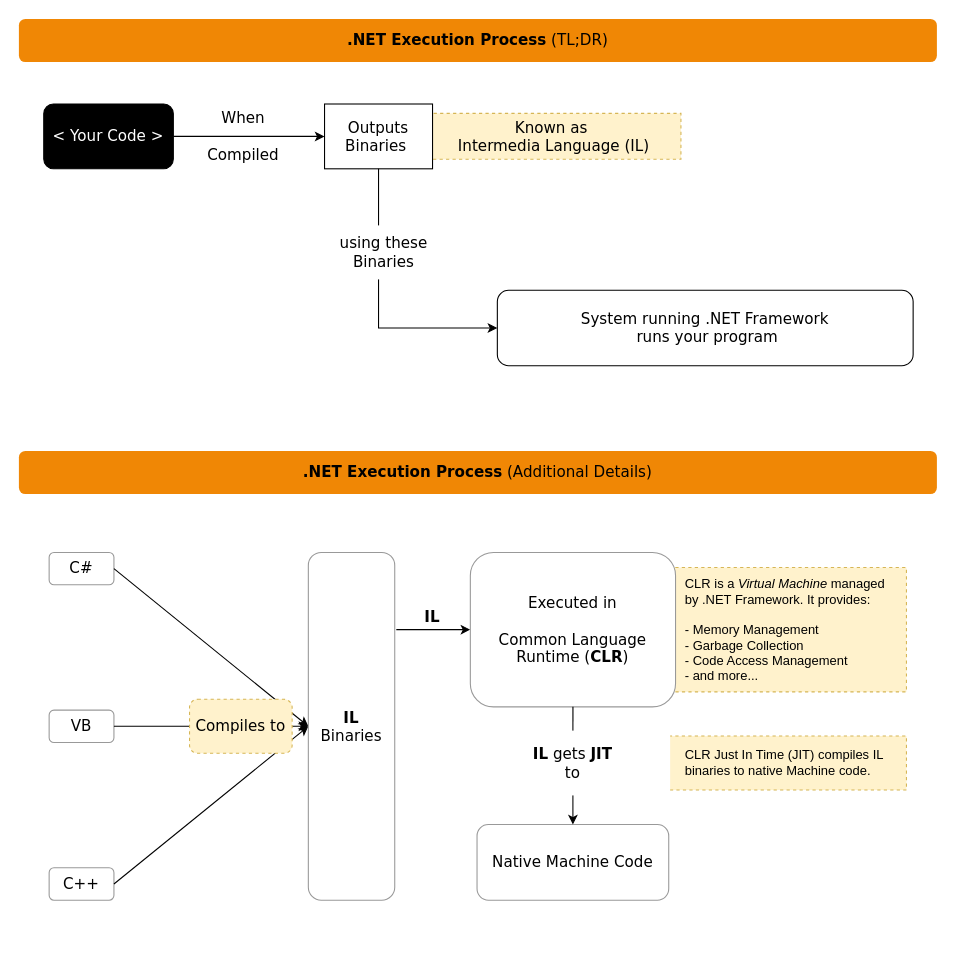
This is diagrams/dotnet-diagrams.drawio from shahzadhuq/fundamentals-dotnet-execution-and-hosting, a draw.io file, before an edit. Source tidied: cells renumbered, new cells numbered last; positions are measured from the earlier drawing's top-left corner, leaving out a move shared by most shapes. Both pictures are drawn from the tidied source at 108%, with x=0, y=0 at pixel (18, 18).
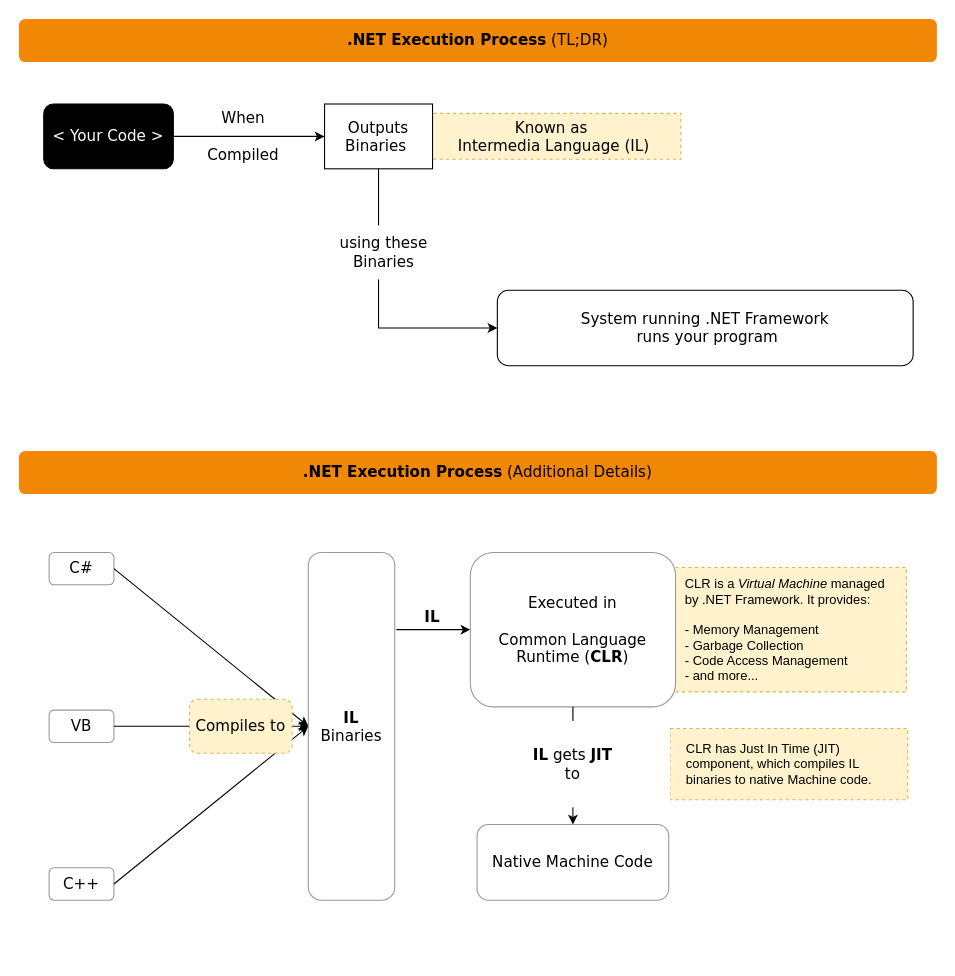
The same diagram, later.

Commit message (it also covers changes not shown here):
v1-dotNet execution flow updated.

What changed in the source:
```diff
@@
-    <mxCell id="30" value="CLR Just In Time (JIT) compiles IL binaries to native Machine code." style="text;html=1;strokeColor=#d6b656;fillColor=#fff2cc;align=left;verticalAlign=middle;whiteSpace=wrap;rounded=0;spacing=15;dashed=1;" parent="1" vertex="1">
-      <mxGeometry x="601.8" y="664" width="220" height="50" as="geometry" />
+    <mxCell id="30" value="CLR has Just In Time (JIT) component, which compiles IL binaries to native Machine code." style="text;html=1;strokeColor=#d6b656;fillColor=#fff2cc;align=left;verticalAlign=middle;whiteSpace=wrap;rounded=0;spacing=15;dashed=1;" parent="1" vertex="1">
+      <mxGeometry x="603" y="657" width="220" height="66" as="geometry" />
     </mxCell>
     <mxCell id="31" value="&lt;b&gt;IL&lt;/b&gt; gets &lt;b&gt;JIT&lt;/b&gt;&lt;br&gt;to" style="text;html=1;strokeColor=none;fillColor=default;align=center;verticalAlign=middle;whiteSpace=wrap;rounded=0;fontFamily=Verdana;fontSize=14;fontColor=#000000;" parent="1" vertex="1">
-      <mxGeometry x="423" y="659" width="180" height="60" as="geometry" />
+      <mxGeometry x="423" y="650" width="180" height="80" as="geometry" />
     </mxCell>
```
